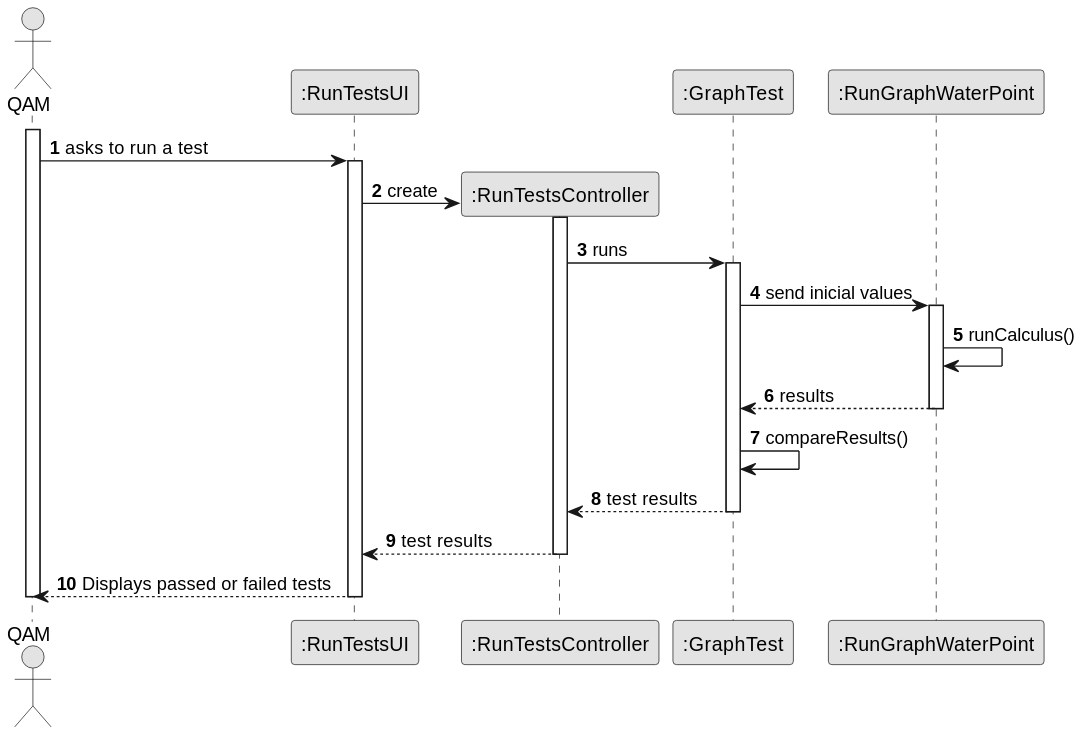
This is docs/sprintB/us014/03.design/svg/us014-sequence-diagram-full.svg from ricardomm7/leaflink, a PlantUML export, as it was before one commit. The source it was exported from:
```plantuml
@startuml
skinparam monochrome true
skinparam packageStyle rectangle
skinparam shadowing false

autonumber


actor "QAM" as QAM
participant ":RunTestsUI" as UI
participant ":RunTestsController" as CTRL
participant ":GraphTest" as Test
participant ":RunGraphWaterPoint" as RunGraphWP
activate QAM

        QAM -> UI : asks to run a test

        activate UI


            UI -> CTRL** : create
            activate CTRL

                CTRL -> Test : runs
                activate Test

                    Test -> RunGraphWP: send inicial values
                activate RunGraphWP

                    RunGraphWP -> RunGraphWP: runCalculus()
                RunGraphWP --> Test : results
                deactivate RunGraphWP
                    Test -> Test : compareResults()

                Test --> CTRL : test results
            deactivate Test

            CTRL --> UI : test results

        deactivate CTRL

    UI --> QAM : Displays passed or failed tests
    deactivate UI
deactivate QAM
@enduml
```
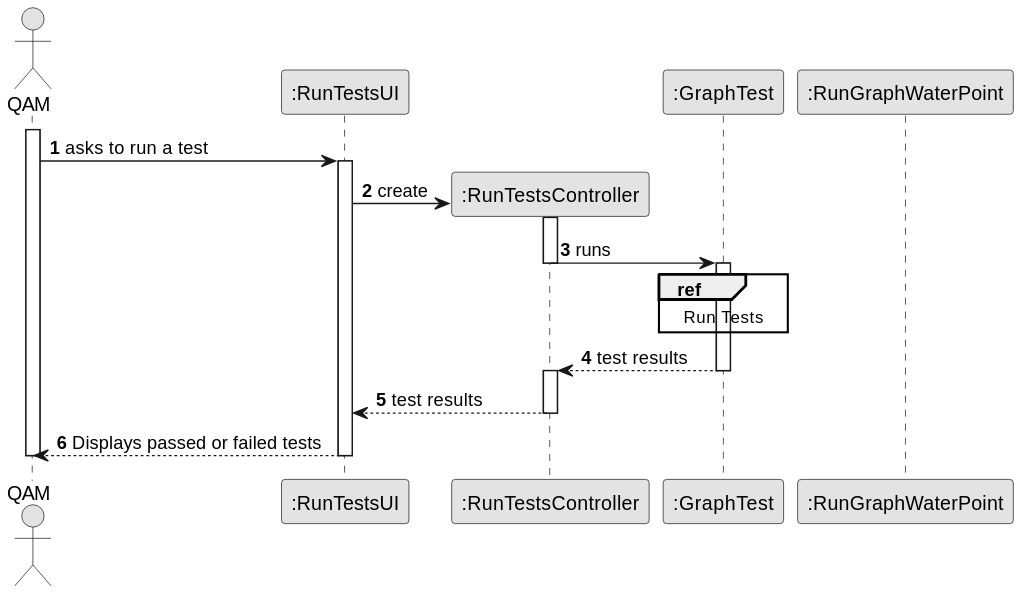
Above is the later version.

Diff of the diagram source:
```diff
@@ -22,17 +22,20 @@
             activate CTRL
 
                 CTRL -> Test : runs
+                deactivate CTRL
                 activate Test
 
-                    Test -> RunGraphWP: send inicial values
-                activate RunGraphWP
+                    ref over Test
+                                            Run Tests
+                                       end
 
-                    RunGraphWP -> RunGraphWP: runCalculus()
-                RunGraphWP --> Test : results
-                deactivate RunGraphWP
-                    Test -> Test : compareResults()
+
+
 
                 Test --> CTRL : test results
+                deactivate  Test
+
+                activate CTRL
             deactivate Test
 
             CTRL --> UI : test results
```
